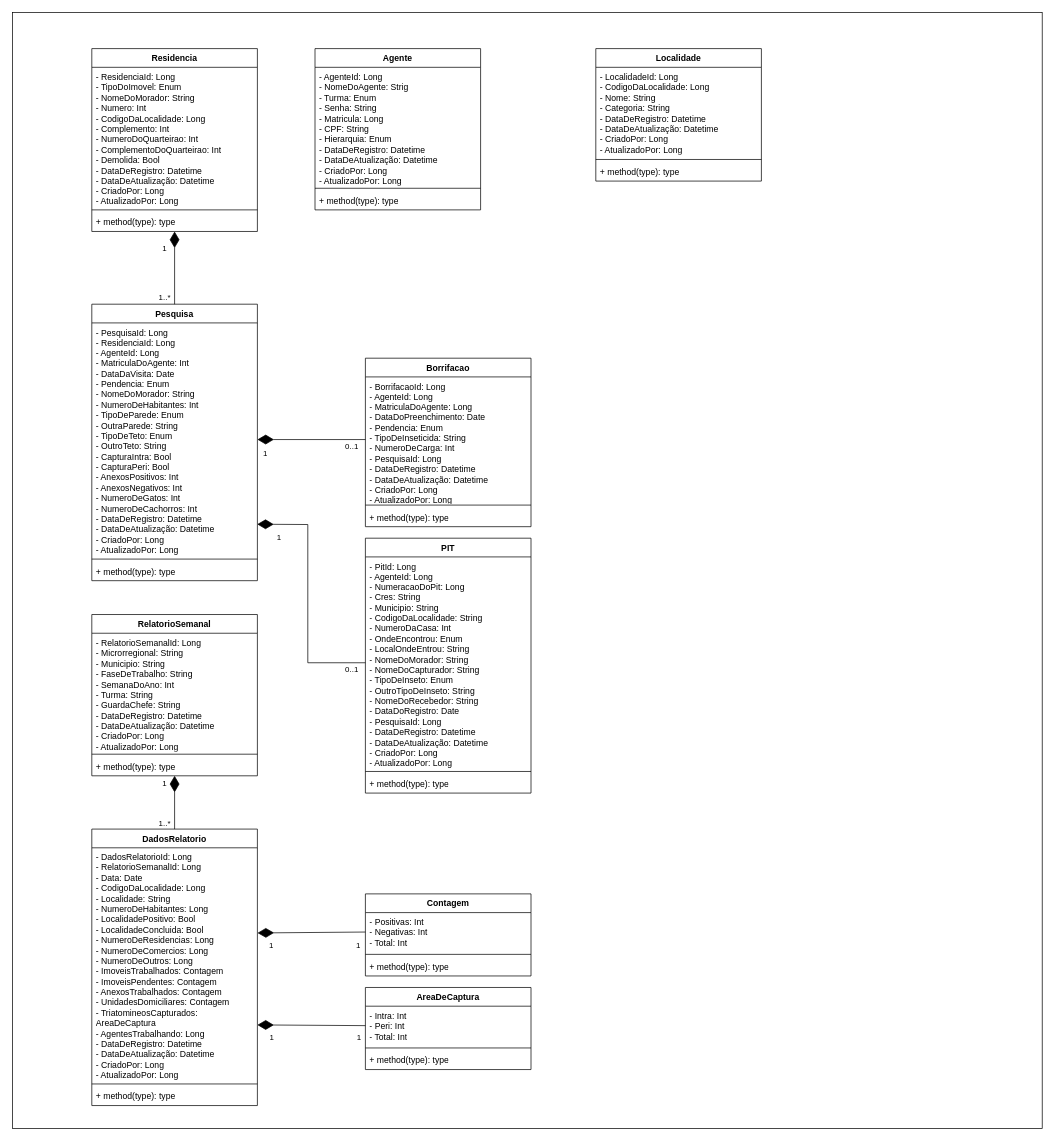
Above: Diagrama de classes.drawio in Fconeto/P.I-3 (draw.io), before the change. Source tidied: cells renumbered, new cells numbered last; positions are measured from the earlier drawing's top-left corner, leaving out a move shared by most shapes. Both pictures are drawn from the tidied source at 72%, with x=0, y=0 at pixel (12, 12).
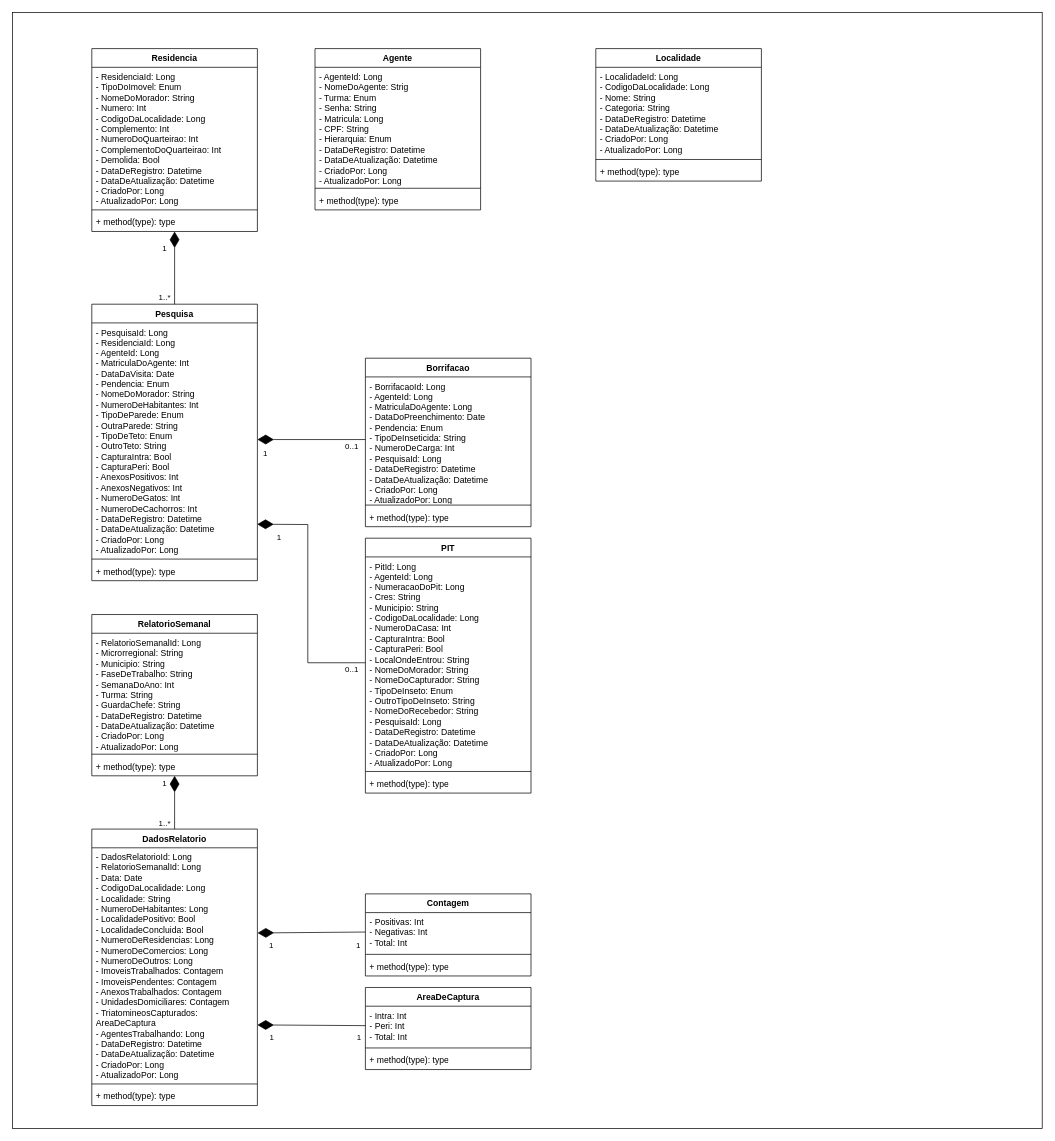
The same diagram, later.

The change refers to these unchanged cells:
```xml
<mxCell id="27" value="PIT" style="swimlane;fontStyle=1;align=center;verticalAlign=top;horizontal=1;startSize=26;whiteSpace=wrap;html=1;" parent="1" vertex="1">
  <mxGeometry x="490" y="730" width="230" height="354" as="geometry" />
</mxCell>
```

Change to the diagram source:
```diff
@@
-    <mxCell id="28" value="&lt;div&gt;- PitId: Long&lt;/div&gt;&lt;div&gt;- AgenteId: Long&lt;/div&gt;&lt;div&gt;- NumeracaoDoPit: Long&lt;/div&gt;&lt;div&gt;- Cres: String&lt;/div&gt;&lt;div&gt;- Municipio: String&lt;/div&gt;&lt;div&gt;-&amp;nbsp;&lt;span style=&quot;background-color: transparent; color: light-dark(rgb(0, 0, 0), rgb(255, 255, 255));&quot;&gt;CodigoDaLocalidade: String&lt;/span&gt;&lt;/div&gt;&lt;div&gt;- NumeroDaCasa: Int&lt;/div&gt;&lt;div&gt;- OndeEncontrou: Enum&lt;/div&gt;&lt;div&gt;- LocalOndeEntrou: String&lt;/div&gt;&lt;div&gt;- NomeDoMorador: String&lt;/div&gt;&lt;div&gt;- NomeDoCapturador: String&lt;/div&gt;&lt;div&gt;- TipoDeInseto: Enum&lt;/div&gt;&lt;div&gt;- OutroTipoDeInseto: String&lt;/div&gt;&lt;div&gt;- NomeDoRecebedor: String&lt;/div&gt;&lt;div&gt;- DataDoRegistro: Date&lt;/div&gt;&lt;div&gt;- PesquisaId: Long&lt;/div&gt;&lt;div&gt;&lt;div&gt;- DataDeRegistro: Datetime&lt;/div&gt;&lt;div&gt;- DataDeAtualização: Datetime&lt;/div&gt;&lt;div&gt;- CriadoPor: Long&lt;/div&gt;&lt;div&gt;- AtualizadoPor: Long&lt;/div&gt;&lt;/div&gt;" style="text;strokeColor=none;fillColor=none;align=left;verticalAlign=top;spacingLeft=4;spacingRight=4;overflow=hidden;points=[[0,0.5],[1,0.5]];portConstraint=eastwest;whiteSpace=wrap;html=1;" parent="27" vertex="1">
+    <mxCell id="28" value="&lt;div&gt;- PitId: Long&lt;/div&gt;&lt;div&gt;- AgenteId: Long&lt;/div&gt;&lt;div&gt;- NumeracaoDoPit: Long&lt;/div&gt;&lt;div&gt;- Cres: String&lt;/div&gt;&lt;div&gt;- Municipio: String&lt;/div&gt;&lt;div&gt;-&amp;nbsp;&lt;span style=&quot;background-color: transparent; color: light-dark(rgb(0, 0, 0), rgb(255, 255, 255));&quot;&gt;CodigoDaLocalidade: Long&lt;/span&gt;&lt;/div&gt;&lt;div&gt;- NumeroDaCasa: Int&lt;/div&gt;&lt;div&gt;- CapturaIntra: Bool&lt;/div&gt;&lt;div&gt;- CapturaPeri: Bool&lt;/div&gt;&lt;div&gt;- LocalOndeEntrou: String&lt;/div&gt;&lt;div&gt;- NomeDoMorador: String&lt;/div&gt;&lt;div&gt;- NomeDoCapturador: String&lt;/div&gt;&lt;div&gt;- TipoDeInseto: Enum&lt;/div&gt;&lt;div&gt;- OutroTipoDeInseto: String&lt;/div&gt;&lt;div&gt;- NomeDoRecebedor: String&lt;/div&gt;&lt;div&gt;- PesquisaId: Long&lt;/div&gt;&lt;div&gt;&lt;div&gt;- DataDeRegistro: Datetime&lt;/div&gt;&lt;div&gt;- DataDeAtualização: Datetime&lt;/div&gt;&lt;div&gt;- CriadoPor: Long&lt;/div&gt;&lt;div&gt;- AtualizadoPor: Long&lt;/div&gt;&lt;/div&gt;" style="text;strokeColor=none;fillColor=none;align=left;verticalAlign=top;spacingLeft=4;spacingRight=4;overflow=hidden;points=[[0,0.5],[1,0.5]];portConstraint=eastwest;whiteSpace=wrap;html=1;" parent="27" vertex="1">
       <mxGeometry y="26" width="230" height="294" as="geometry" />
     </mxCell>
```
